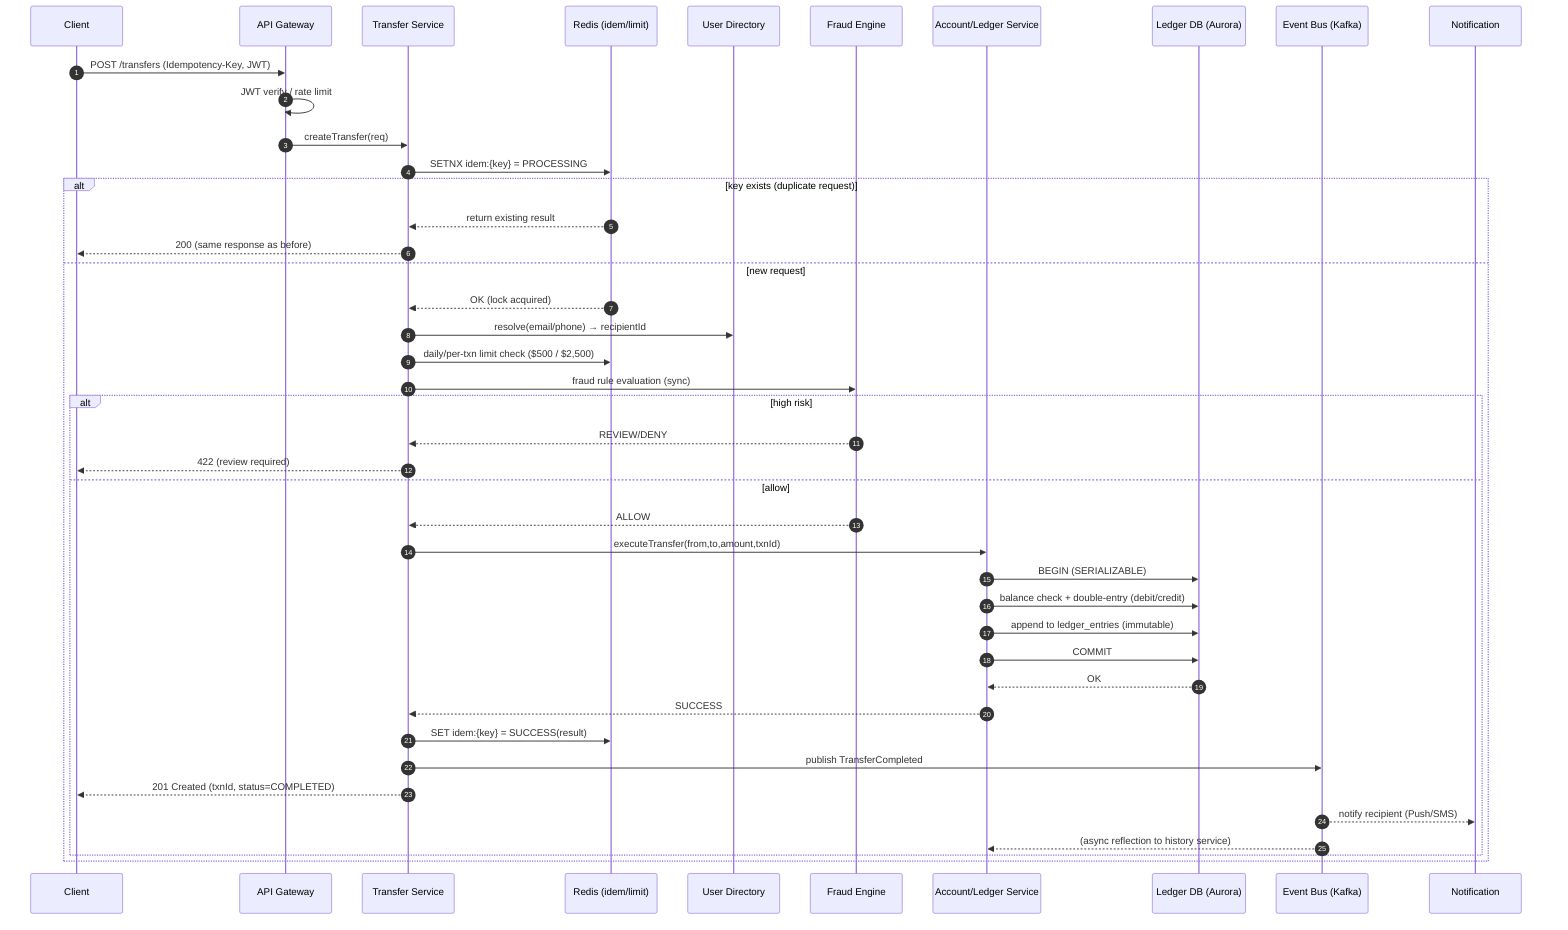
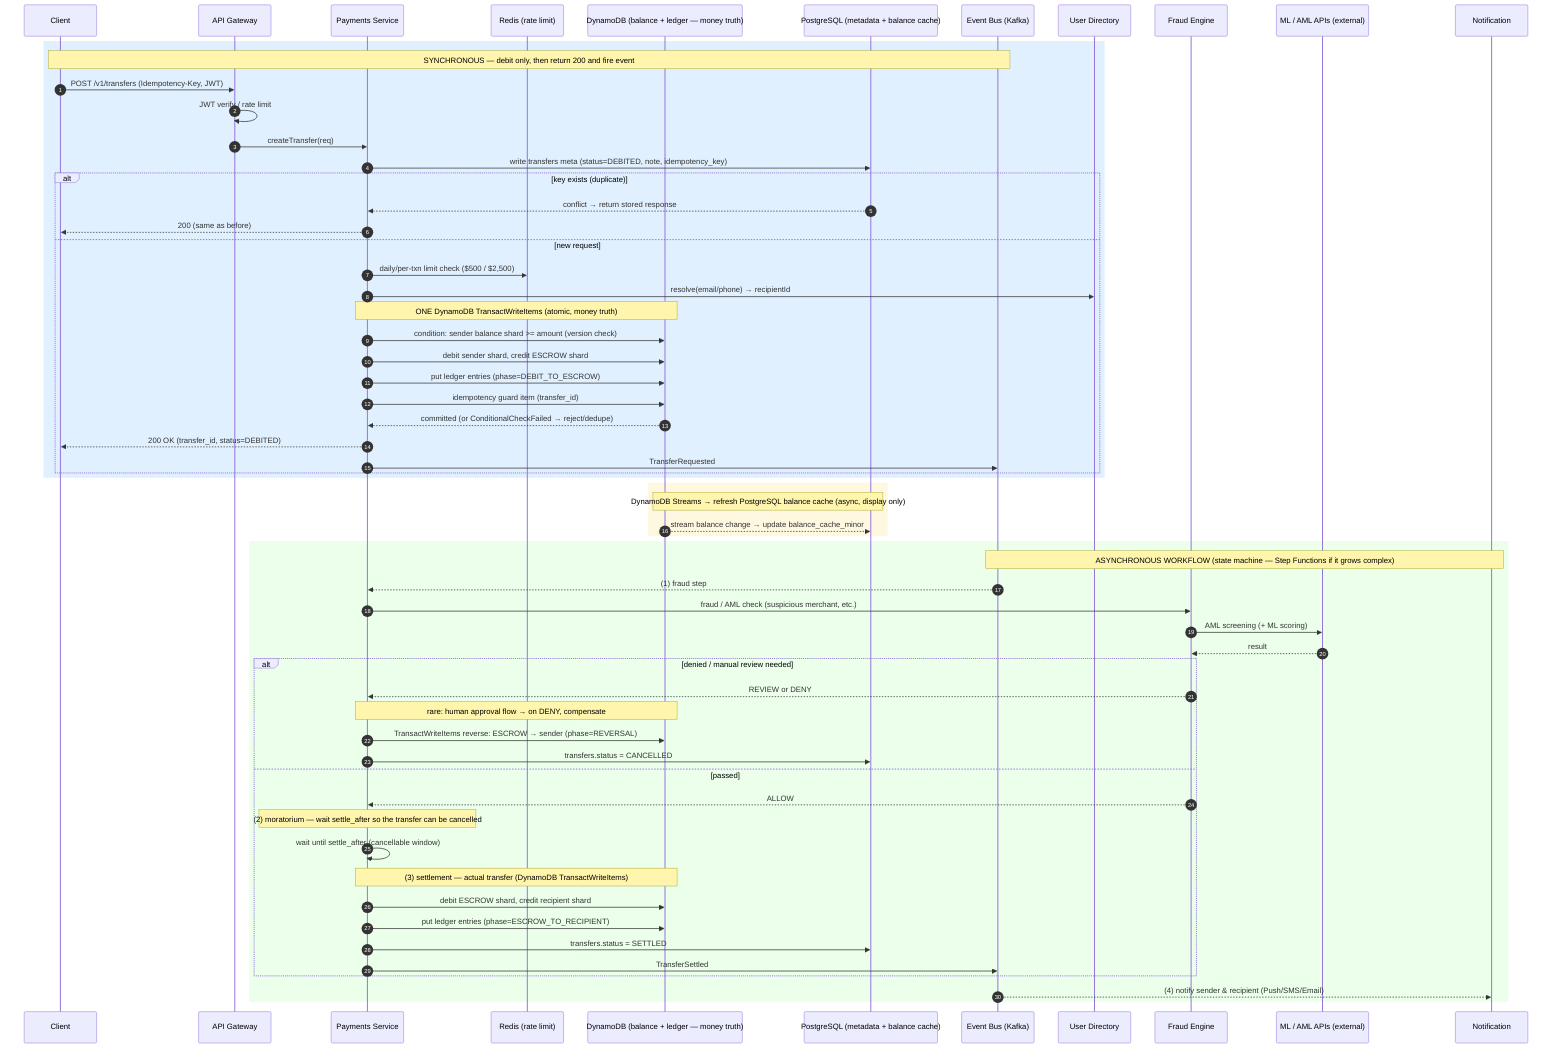
sequenceDiagram
    autonumber
    participant C as Client
    participant GW as API Gateway
-     participant T as Transfer Service
-     participant R as Redis (idem/limit)
+     participant P as Payments Service
+     participant R as Redis (rate limit)
+     participant DDB as DynamoDB (balance + ledger — money truth)
+     participant PG as PostgreSQL (metadata + balance cache)
+     participant MQ as Event Bus (Kafka)
    participant U as User Directory
    participant F as Fraud Engine
-     participant A as Account/Ledger Service
-     participant DB as Ledger DB (Aurora)
-     participant MQ as Event Bus (Kafka)
+     participant X as ML / AML APIs (external)
    participant N as Notification

-     C->>GW: POST /transfers (Idempotency-Key, JWT)
+     rect rgb(225, 240, 255)
+     Note over C,MQ: SYNCHRONOUS — debit only, then return 200 and fire event
+     C->>GW: POST /v1/transfers (Idempotency-Key, JWT)
    GW->>GW: JWT verify / rate limit
-     GW->>T: createTransfer(req)
+     GW->>P: createTransfer(req)
+     P->>PG: write transfers meta (status=DEBITED, note, idempotency_key)
+     alt key exists (duplicate)
+         PG-->>P: conflict → return stored response
+         P-->>C: 200 (same as before)
+     else new request
+         P->>R: daily/per-txn limit check ($500 / $2,500)
+         P->>U: resolve(email/phone) → recipientId
+         Note over P,DDB: ONE DynamoDB TransactWriteItems (atomic, money truth)
+         P->>DDB: condition: sender balance shard >= amount (version check)
+         P->>DDB: debit sender shard, credit ESCROW shard
+         P->>DDB: put ledger entries (phase=DEBIT_TO_ESCROW)
+         P->>DDB: idempotency guard item (transfer_id)
+         DDB-->>P: committed (or ConditionalCheckFailed → reject/dedupe)
+         P-->>C: 200 OK (transfer_id, status=DEBITED)
+         P->>MQ: TransferRequested
+     end
+     end

-     T->>R: SETNX idem:{key} = PROCESSING
-     alt key exists (duplicate request)
-         R-->>T: return existing result
-         T-->>C: 200 (same response as before)
-     else new request
-         R-->>T: OK (lock acquired)
-         T->>U: resolve(email/phone) → recipientId
-         T->>R: daily/per-txn limit check ($500 / $2,500)
-         T->>F: fraud rule evaluation (sync)
-         alt high risk
-             F-->>T: REVIEW/DENY
-             T-->>C: 422 (review required)
-         else allow
-             F-->>T: ALLOW
-             T->>A: executeTransfer(from,to,amount,txnId)
-             A->>DB: BEGIN (SERIALIZABLE)
-             A->>DB: balance check + double-entry (debit/credit)
-             A->>DB: append to ledger_entries (immutable)
-             A->>DB: COMMIT
-             DB-->>A: OK
-             A-->>T: SUCCESS
-             T->>R: SET idem:{key} = SUCCESS(result)
-             T->>MQ: publish TransferCompleted
-             T-->>C: 201 Created (txnId, status=COMPLETED)
-             MQ-->>N: notify recipient (Push/SMS)
-             MQ-->>A: (async reflection to history service)
-         end
+     rect rgb(255, 248, 225)
+     Note over DDB,PG: DynamoDB Streams → refresh PostgreSQL balance cache (async, display only)
+     DDB-->>PG: stream balance change → update balance_cache_minor
    end
+ 
+     rect rgb(235, 255, 235)
+     Note over MQ,N: ASYNCHRONOUS WORKFLOW (state machine — Step Functions if it grows complex)
+     MQ-->>P: (1) fraud step
+     P->>F: fraud / AML check (suspicious merchant, etc.)
+     F->>X: AML screening (+ ML scoring)
+     X-->>F: result
+     alt denied / manual review needed
+         F-->>P: REVIEW or DENY
+         Note over P,DDB: rare: human approval flow → on DENY, compensate
+         P->>DDB: TransactWriteItems reverse: ESCROW → sender (phase=REVERSAL)
+         P->>PG: transfers.status = CANCELLED
+     else passed
+         F-->>P: ALLOW
+         Note over P: (2) moratorium — wait settle_after so the transfer can be cancelled
+         P->>P: wait until settle_after (cancellable window)
+         Note over P,DDB: (3) settlement — actual transfer (DynamoDB TransactWriteItems)
+         P->>DDB: debit ESCROW shard, credit recipient shard
+         P->>DDB: put ledger entries (phase=ESCROW_TO_RECIPIENT)
+         P->>PG: transfers.status = SETTLED
+         P->>MQ: TransferSettled
+     end
+     MQ-->>N: (4) notify sender & recipient (Push/SMS/Email)
+     end
